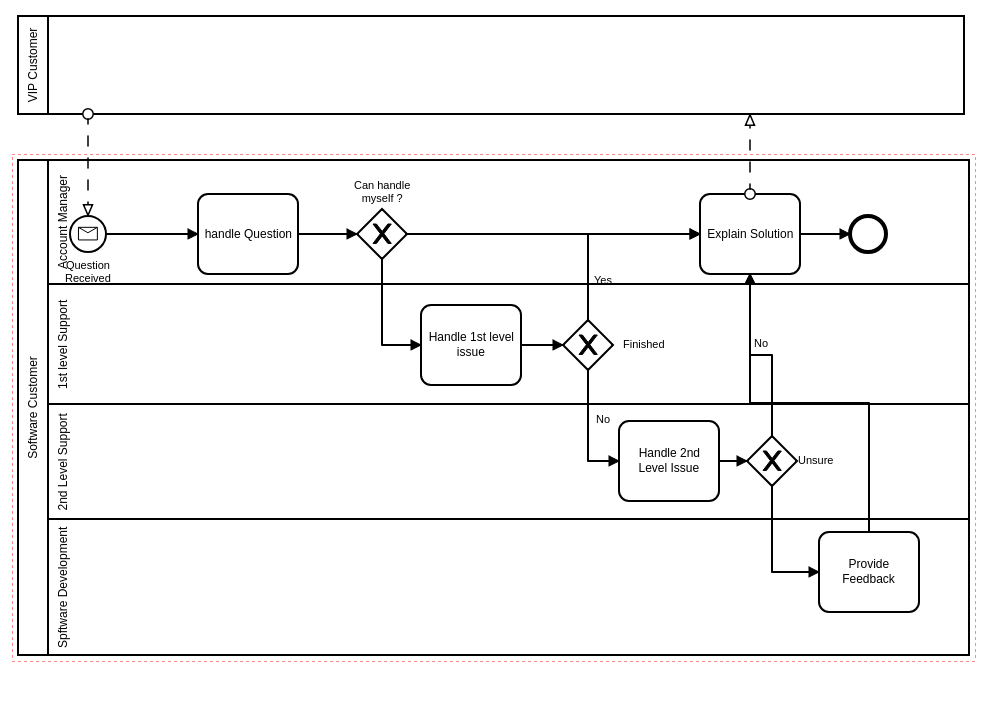
Above: BPMN/incidentmanagement.png in codecasualty/MTP (BPMN), before the change. Its source is kept beside it as BPMN/incidentmanagement.bpmn. Ids are renumbered.
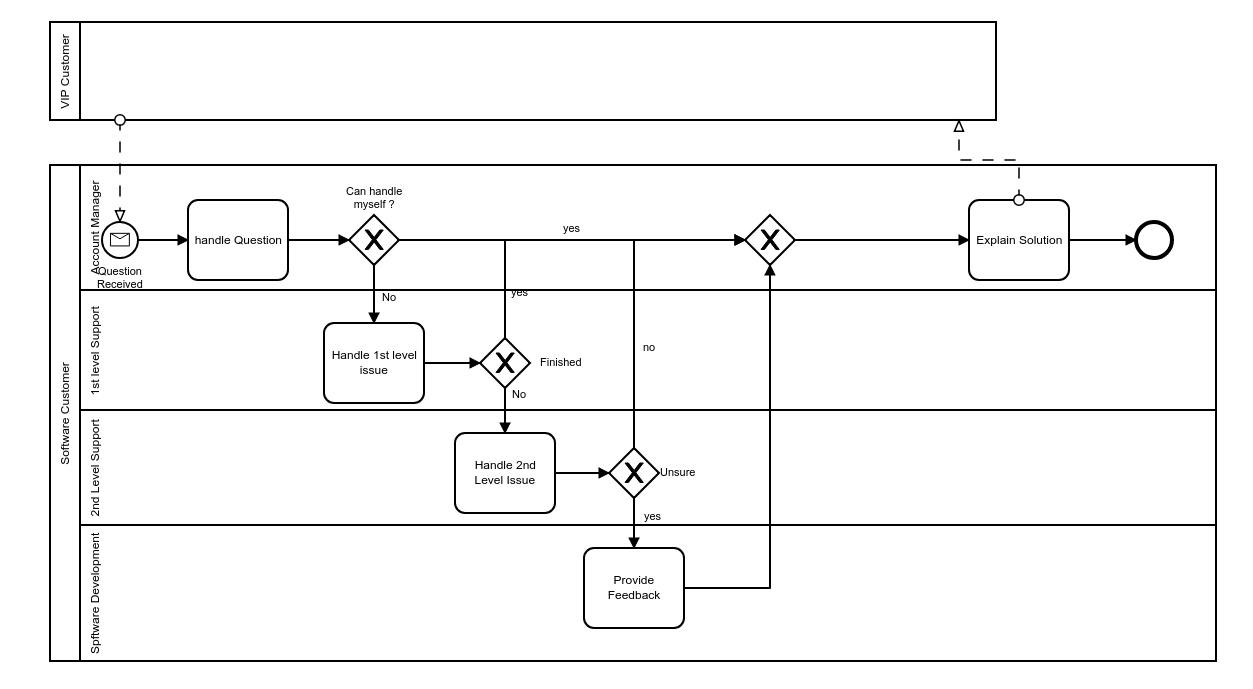
After the commit.

Change to the diagram source:
```diff
@@ -3,17 +3,18 @@
     <bpmn:participant id="Participant_n3" name="VIP Customer" processRef="Process_1" />
     <bpmn:participant id="Participant_n4" name="Software Customer" processRef="Process_n5" />
     <bpmn:messageFlow id="MessageFlow_n6" sourceRef="Participant_n3" targetRef="StartEvent_n7" />
-    <bpmn:messageFlow id="MessageFlow_n8" sourceRef="Task_n9" targetRef="Participant_n3" />
+    <bpmn:messageFlow id="MessageFlow_n35" sourceRef="Task_n9" targetRef="Participant_n3" />
   </bpmn:collaboration>
   <bpmn:process id="Process_1" isExecutable="true" />
   <bpmn:process id="Process_n5" isExecutable="false">
     <bpmn:laneSet id="LaneSet_n10">
       <bpmn:lane id="Lane_n11" name="Account Manager">
+        <bpmn:flowNodeRef>StartEvent_n7</bpmn:flowNodeRef>
+        <bpmn:flowNodeRef>EndEvent_n14</bpmn:flowNodeRef>
+        <bpmn:flowNodeRef>Task_n9</bpmn:flowNodeRef>
         <bpmn:flowNodeRef>Task_n12</bpmn:flowNodeRef>
         <bpmn:flowNodeRef>ExclusiveGateway_n13</bpmn:flowNodeRef>
-        <bpmn:flowNodeRef>Task_n9</bpmn:flowNodeRef>
-        <bpmn:flowNodeRef>EndEvent_n14</bpmn:flowNodeRef>
-        <bpmn:flowNodeRef>StartEvent_n7</bpmn:flowNodeRef>
+        <bpmn:flowNodeRef>ExclusiveGateway_n36</bpmn:flowNodeRef>
       </bpmn:lane>
       <bpmn:lane id="Lane_n15" name="2nd Level Support">
         <bpmn:flowNodeRef>Task_n16</bpmn:flowNodeRef>
@@ -28,6 +29,24 @@
       </bpmn:lane>
     </bpmn:laneSet>
     <bpmn:sequenceFlow id="SequenceFlow_n23" sourceRef="StartEvent_n7" targetRef="Task_n12" />
+    <bpmn:sequenceFlow id="SequenceFlow_n24" sourceRef="Task_n12" targetRef="ExclusiveGateway_n13" />
+    <bpmn:sequenceFlow id="SequenceFlow_n25" name="No" sourceRef="ExclusiveGateway_n13" targetRef="Task_n21" />
+    <bpmn:sequenceFlow id="SequenceFlow_n27" sourceRef="Task_n21" targetRef="ExclusiveGateway_n22" />
+    <bpmn:sequenceFlow id="SequenceFlow_n28" name="No" sourceRef="ExclusiveGateway_n22" targetRef="Task_n16" />
+    <bpmn:sequenceFlow id="SequenceFlow_n30" sourceRef="Task_n16" targetRef="ExclusiveGateway_n17" />
+    <bpmn:sequenceFlow id="SequenceFlow_n31" name="yes" sourceRef="ExclusiveGateway_n17" targetRef="Task_n19" />
+    <bpmn:sequenceFlow id="SequenceFlow_n34" sourceRef="Task_n9" targetRef="EndEvent_n14" />
+    <bpmn:startEvent id="StartEvent_n7" name="Question Received">
+      <bpmn:outgoing>SequenceFlow_n23</bpmn:outgoing>
+      <bpmn:messageEventDefinition />
+    </bpmn:startEvent>
+    <bpmn:endEvent id="EndEvent_n14">
+      <bpmn:incoming>SequenceFlow_n34</bpmn:incoming>
+    </bpmn:endEvent>
+    <bpmn:task id="Task_n9" name="Explain Solution">
+      <bpmn:incoming>SequenceFlow_n37</bpmn:incoming>
+      <bpmn:outgoing>SequenceFlow_n34</bpmn:outgoing>
+    </bpmn:task>
     <bpmn:task id="Task_n12" name="handle Question">
       <bpmn:incoming>SequenceFlow_n23</bpmn:incoming>
       <bpmn:outgoing>SequenceFlow_n24</bpmn:outgoing>
@@ -35,55 +54,42 @@
     <bpmn:exclusiveGateway id="ExclusiveGateway_n13" name="Can handle myself ?">
       <bpmn:incoming>SequenceFlow_n24</bpmn:incoming>
       <bpmn:outgoing>SequenceFlow_n25</bpmn:outgoing>
-      <bpmn:outgoing>SequenceFlow_n26</bpmn:outgoing>
+      <bpmn:outgoing>SequenceFlow_n38</bpmn:outgoing>
     </bpmn:exclusiveGateway>
-    <bpmn:sequenceFlow id="SequenceFlow_n24" sourceRef="Task_n12" targetRef="ExclusiveGateway_n13" />
-    <bpmn:sequenceFlow id="SequenceFlow_n25" sourceRef="ExclusiveGateway_n13" targetRef="Task_n21" />
     <bpmn:task id="Task_n21" name="Handle 1st level issue">
       <bpmn:incoming>SequenceFlow_n25</bpmn:incoming>
       <bpmn:outgoing>SequenceFlow_n27</bpmn:outgoing>
     </bpmn:task>
-    <bpmn:sequenceFlow id="SequenceFlow_n27" sourceRef="Task_n21" targetRef="ExclusiveGateway_n22" />
     <bpmn:exclusiveGateway id="ExclusiveGateway_n22" name="Finished">
       <bpmn:incoming>SequenceFlow_n27</bpmn:incoming>
       <bpmn:outgoing>SequenceFlow_n28</bpmn:outgoing>
-      <bpmn:outgoing>SequenceFlow_n29</bpmn:outgoing>
+      <bpmn:outgoing>SequenceFlow_n39</bpmn:outgoing>
     </bpmn:exclusiveGateway>
-    <bpmn:sequenceFlow id="SequenceFlow_n28" name="No" sourceRef="ExclusiveGateway_n22" targetRef="Task_n16" />
     <bpmn:task id="Task_n16" name="Handle 2nd Level Issue">
       <bpmn:incoming>SequenceFlow_n28</bpmn:incoming>
       <bpmn:outgoing>SequenceFlow_n30</bpmn:outgoing>
     </bpmn:task>
-    <bpmn:sequenceFlow id="SequenceFlow_n30" sourceRef="Task_n16" targetRef="ExclusiveGateway_n17" />
     <bpmn:exclusiveGateway id="ExclusiveGateway_n17" name="Unsure">
       <bpmn:incoming>SequenceFlow_n30</bpmn:incoming>
       <bpmn:outgoing>SequenceFlow_n31</bpmn:outgoing>
-      <bpmn:outgoing>SequenceFlow_n32</bpmn:outgoing>
+      <bpmn:outgoing>SequenceFlow_n40</bpmn:outgoing>
     </bpmn:exclusiveGateway>
-    <bpmn:sequenceFlow id="SequenceFlow_n31" sourceRef="ExclusiveGateway_n17" targetRef="Task_n19" />
     <bpmn:task id="Task_n19" name="Provide Feedback">
       <bpmn:incoming>SequenceFlow_n31</bpmn:incoming>
-      <bpmn:outgoing>SequenceFlow_n33</bpmn:outgoing>
+      <bpmn:outgoing>SequenceFlow_n41</bpmn:outgoing>
     </bpmn:task>
-    <bpmn:sequenceFlow id="SequenceFlow_n26" sourceRef="ExclusiveGateway_n13" targetRef="Task_n9" />
-    <bpmn:task id="Task_n9" name="Explain Solution">
-      <bpmn:incoming>SequenceFlow_n26</bpmn:incoming>
-      <bpmn:incoming>SequenceFlow_n29</bpmn:incoming>
-      <bpmn:incoming>SequenceFlow_n32</bpmn:incoming>
-      <bpmn:incoming>SequenceFlow_n33</bpmn:incoming>
-      <bpmn:outgoing>SequenceFlow_n34</bpmn:outgoing>
-    </bpmn:task>
-    <bpmn:endEvent id="EndEvent_n14">
-      <bpmn:incoming>SequenceFlow_n34</bpmn:incoming>
-    </bpmn:endEvent>
-    <bpmn:sequenceFlow id="SequenceFlow_n34" sourceRef="Task_n9" targetRef="EndEvent_n14" />
-    <bpmn:startEvent id="StartEvent_n7" name="Question Received">
-      <bpmn:outgoing>SequenceFlow_n23</bpmn:outgoing>
-      <bpmn:messageEventDefinition />
-    </bpmn:startEvent>
-    <bpmn:sequenceFlow id="SequenceFlow_n29" name="Yes" sourceRef="ExclusiveGateway_n22" targetRef="Task_n9" />
-    <bpmn:sequenceFlow id="SequenceFlow_n32" name="No" sourceRef="ExclusiveGateway_n17" targetRef="Task_n9" />
-    <bpmn:sequenceFlow id="SequenceFlow_n33" sourceRef="Task_n19" targetRef="Task_n9" />
+    <bpmn:sequenceFlow id="SequenceFlow_n38" name="yes" sourceRef="ExclusiveGateway_n13" targetRef="ExclusiveGateway_n36" />
+    <bpmn:exclusiveGateway id="ExclusiveGateway_n36">
+      <bpmn:incoming>SequenceFlow_n38</bpmn:incoming>
+      <bpmn:incoming>SequenceFlow_n39</bpmn:incoming>
+      <bpmn:incoming>SequenceFlow_n40</bpmn:incoming>
+      <bpmn:incoming>SequenceFlow_n41</bpmn:incoming>
+      <bpmn:outgoing>SequenceFlow_n37</bpmn:outgoing>
+    </bpmn:exclusiveGateway>
+    <bpmn:sequenceFlow id="SequenceFlow_n39" name="yes" sourceRef="ExclusiveGateway_n22" targetRef="ExclusiveGateway_n36" />
+    <bpmn:sequenceFlow id="SequenceFlow_n40" name="no" sourceRef="ExclusiveGateway_n17" targetRef="ExclusiveGateway_n36" />
+    <bpmn:sequenceFlow id="SequenceFlow_n41" sourceRef="Task_n19" targetRef="ExclusiveGateway_n36" />
+    <bpmn:sequenceFlow id="SequenceFlow_n37" sourceRef="ExclusiveGateway_n36" targetRef="Task_n9" />
   </bpmn:process>
   <bpmndi:BPMNDiagram id="BPMNDiagram_1">
     <bpmndi:BPMNPlane id="BPMNPlane_1" bpmnElement="Collaboration_n2">
@@ -91,97 +97,96 @@
         <dc:Bounds x="80" y="68" width="946" height="98" />
       </bpmndi:BPMNShape>
       <bpmndi:BPMNShape id="Participant_n4_di" bpmnElement="Participant_n4">
-        <dc:Bounds x="80" y="212" width="951" height="495" />
+        <dc:Bounds x="80" y="211" width="1166" height="496" />
       </bpmndi:BPMNShape>
       <bpmndi:BPMNShape id="Task_n12_di" bpmnElement="Task_n12">
-        <dc:Bounds x="260" y="246" width="100" height="80" />
+        <dc:Bounds x="218" y="246" width="100" height="80" />
       </bpmndi:BPMNShape>
       <bpmndi:BPMNEdge id="SequenceFlow_n23_di" bpmnElement="SequenceFlow_n23">
         <di:waypoint x="168" y="286" />
-        <di:waypoint x="260" y="286" />
+        <di:waypoint x="218" y="286" />
       </bpmndi:BPMNEdge>
       <bpmndi:BPMNShape id="ExclusiveGateway_n13_di" bpmnElement="ExclusiveGateway_n13" isMarkerVisible="true">
-        <dc:Bounds x="419" y="261" width="50" height="50" />
+        <dc:Bounds x="379" y="261" width="50" height="50" />
         <bpmndi:BPMNLabel>
-          <dc:Bounds x="416" y="231" width="57" height="27" />
+          <dc:Bounds x="376" y="231" width="57" height="27" />
         </bpmndi:BPMNLabel>
       </bpmndi:BPMNShape>
       <bpmndi:BPMNShape id="Lane_n11_di" bpmnElement="Lane_n11">
-        <dc:Bounds x="110" y="212" width="921" height="124" />
+        <dc:Bounds x="110" y="211" width="1136" height="125" />
       </bpmndi:BPMNShape>
       <bpmndi:BPMNShape id="Lane_n15_di" bpmnElement="Lane_n15">
-        <dc:Bounds x="110" y="456" width="921" height="115" />
+        <dc:Bounds x="110" y="456" width="1136" height="115" />
       </bpmndi:BPMNShape>
       <bpmndi:BPMNShape id="Lane_n18_di" bpmnElement="Lane_n18">
-        <dc:Bounds x="110" y="571" width="921" height="136" />
+        <dc:Bounds x="110" y="571" width="1136" height="136" />
       </bpmndi:BPMNShape>
       <bpmndi:BPMNShape id="Lane_n20_di" bpmnElement="Lane_n20">
-        <dc:Bounds x="110" y="336" width="921" height="120" />
+        <dc:Bounds x="110" y="336" width="1136" height="120" />
       </bpmndi:BPMNShape>
       <bpmndi:BPMNEdge id="SequenceFlow_n24_di" bpmnElement="SequenceFlow_n24">
-        <di:waypoint x="360" y="286" />
-        <di:waypoint x="419" y="286" />
+        <di:waypoint x="318" y="286" />
+        <di:waypoint x="379" y="286" />
       </bpmndi:BPMNEdge>
       <bpmndi:BPMNShape id="Task_n21_di" bpmnElement="Task_n21">
-        <dc:Bounds x="483" y="357" width="100" height="80" />
+        <dc:Bounds x="354" y="369" width="100" height="80" />
       </bpmndi:BPMNShape>
       <bpmndi:BPMNEdge id="SequenceFlow_n25_di" bpmnElement="SequenceFlow_n25">
-        <di:waypoint x="444" y="311" />
-        <di:waypoint x="444" y="397" />
-        <di:waypoint x="483" y="397" />
+        <di:waypoint x="404" y="311" />
+        <di:waypoint x="404" y="369" />
+        <bpmndi:BPMNLabel>
+          <dc:Bounds x="412" y="337" width="14" height="14" />
+        </bpmndi:BPMNLabel>
       </bpmndi:BPMNEdge>
       <bpmndi:BPMNShape id="ExclusiveGateway_n22_di" bpmnElement="ExclusiveGateway_n22" isMarkerVisible="true">
-        <dc:Bounds x="625" y="372" width="50" height="50" />
+        <dc:Bounds x="510" y="384" width="50" height="50" />
         <bpmndi:BPMNLabel>
-          <dc:Bounds x="685" y="390" width="42" height="14" />
+          <dc:Bounds x="570" y="402" width="42" height="14" />
         </bpmndi:BPMNLabel>
       </bpmndi:BPMNShape>
       <bpmndi:BPMNEdge id="SequenceFlow_n27_di" bpmnElement="SequenceFlow_n27">
-        <di:waypoint x="583" y="397" />
-        <di:waypoint x="625" y="397" />
+        <di:waypoint x="454" y="409" />
+        <di:waypoint x="510" y="409" />
       </bpmndi:BPMNEdge>
       <bpmndi:BPMNShape id="Task_n16_di" bpmnElement="Task_n16">
-        <dc:Bounds x="681" y="473" width="100" height="80" />
+        <dc:Bounds x="485" y="479" width="100" height="80" />
       </bpmndi:BPMNShape>
       <bpmndi:BPMNEdge id="SequenceFlow_n28_di" bpmnElement="SequenceFlow_n28">
-        <di:waypoint x="650" y="422" />
-        <di:waypoint x="650" y="513" />
-        <di:waypoint x="681" y="513" />
+        <di:waypoint x="535" y="434" />
+        <di:waypoint x="535" y="479" />
         <bpmndi:BPMNLabel>
-          <dc:Bounds x="658" y="465" width="14" height="14" />
+          <dc:Bounds x="542" y="434" width="14" height="14" />
         </bpmndi:BPMNLabel>
       </bpmndi:BPMNEdge>
       <bpmndi:BPMNShape id="ExclusiveGateway_n17_di" bpmnElement="ExclusiveGateway_n17" isMarkerVisible="true">
-        <dc:Bounds x="809" y="488" width="50" height="50" />
+        <dc:Bounds x="639" y="494" width="50" height="50" />
         <bpmndi:BPMNLabel>
-          <dc:Bounds x="860" y="506" width="36" height="14" />
+          <dc:Bounds x="690" y="512" width="36" height="14" />
         </bpmndi:BPMNLabel>
       </bpmndi:BPMNShape>
       <bpmndi:BPMNEdge id="SequenceFlow_n30_di" bpmnElement="SequenceFlow_n30">
-        <di:waypoint x="781" y="513" />
-        <di:waypoint x="809" y="513" />
+        <di:waypoint x="585" y="519" />
+        <di:waypoint x="639" y="519" />
       </bpmndi:BPMNEdge>
       <bpmndi:BPMNShape id="Task_n19_di" bpmnElement="Task_n19">
-        <dc:Bounds x="881" y="584" width="100" height="80" />
+        <dc:Bounds x="614" y="594" width="100" height="80" />
       </bpmndi:BPMNShape>
       <bpmndi:BPMNEdge id="SequenceFlow_n31_di" bpmnElement="SequenceFlow_n31">
-        <di:waypoint x="834" y="538" />
-        <di:waypoint x="834" y="624" />
-        <di:waypoint x="881" y="624" />
+        <di:waypoint x="664" y="544" />
+        <di:waypoint x="664" y="594" />
+        <bpmndi:BPMNLabel>
+          <dc:Bounds x="674" y="556" width="18" height="14" />
+        </bpmndi:BPMNLabel>
       </bpmndi:BPMNEdge>
       <bpmndi:BPMNShape id="Task_n9_di" bpmnElement="Task_n9">
-        <dc:Bounds x="762" y="246" width="100" height="80" />
+        <dc:Bounds x="999" y="246" width="100" height="80" />
       </bpmndi:BPMNShape>
-      <bpmndi:BPMNEdge id="SequenceFlow_n26_di" bpmnElement="SequenceFlow_n26">
-        <di:waypoint x="469" y="286" />
-        <di:waypoint x="762" y="286" />
-      </bpmndi:BPMNEdge>
       <bpmndi:BPMNShape id="EndEvent_n14_di" bpmnElement="EndEvent_n14">
-        <dc:Bounds x="912" y="268" width="36" height="36" />
+        <dc:Bounds x="1166" y="268" width="36" height="36" />
       </bpmndi:BPMNShape>
       <bpmndi:BPMNEdge id="SequenceFlow_n34_di" bpmnElement="SequenceFlow_n34">
-        <di:waypoint x="862" y="286" />
-        <di:waypoint x="912" y="286" />
+        <di:waypoint x="1099" y="286" />
+        <di:waypoint x="1166" y="286" />
       </bpmndi:BPMNEdge>
       <bpmndi:BPMNShape id="StartEvent_0i1amq0_di" bpmnElement="StartEvent_n7">
         <dc:Bounds x="132" y="268" width="36" height="36" />
@@ -193,32 +198,46 @@
         <di:waypoint x="150" y="166" />
         <di:waypoint x="150" y="268" />
       </bpmndi:BPMNEdge>
-      <bpmndi:BPMNEdge id="SequenceFlow_n29_di" bpmnElement="SequenceFlow_n29">
-        <di:waypoint x="650" y="372" />
-        <di:waypoint x="650" y="286" />
-        <di:waypoint x="762" y="286" />
+      <bpmndi:BPMNShape id="ExclusiveGateway_n36_di" bpmnElement="ExclusiveGateway_n36" isMarkerVisible="true">
+        <dc:Bounds x="775" y="261" width="50" height="50" />
+      </bpmndi:BPMNShape>
+      <bpmndi:BPMNEdge id="SequenceFlow_n38_di" bpmnElement="SequenceFlow_n38">
+        <di:waypoint x="429" y="286" />
+        <di:waypoint x="775" y="286" />
         <bpmndi:BPMNLabel>
-          <dc:Bounds x="656" y="326" width="19" height="14" />
+          <dc:Bounds x="593" y="268" width="18" height="14" />
         </bpmndi:BPMNLabel>
       </bpmndi:BPMNEdge>
-      <bpmndi:BPMNEdge id="SequenceFlow_n32_di" bpmnElement="SequenceFlow_n32">
-        <di:waypoint x="834" y="488" />
-        <di:waypoint x="834" y="407" />
-        <di:waypoint x="812" y="407" />
-        <di:waypoint x="812" y="326" />
+      <bpmndi:BPMNEdge id="SequenceFlow_n39_di" bpmnElement="SequenceFlow_n39">
+        <di:waypoint x="535" y="384" />
+        <di:waypoint x="535" y="286" />
+        <di:waypoint x="775" y="286" />
         <bpmndi:BPMNLabel>
-          <dc:Bounds x="816" y="389" width="14" height="14" />
+          <dc:Bounds x="541" y="332" width="18" height="14" />
         </bpmndi:BPMNLabel>
       </bpmndi:BPMNEdge>
-      <bpmndi:BPMNEdge id="SequenceFlow_n33_di" bpmnElement="SequenceFlow_n33">
-        <di:waypoint x="931" y="584" />
-        <di:waypoint x="931" y="455" />
-        <di:waypoint x="812" y="455" />
-        <di:waypoint x="812" y="326" />
+      <bpmndi:BPMNEdge id="SequenceFlow_n40_di" bpmnElement="SequenceFlow_n40">
+        <di:waypoint x="664" y="494" />
+        <di:waypoint x="664" y="286" />
+        <di:waypoint x="775" y="286" />
+        <bpmndi:BPMNLabel>
+          <dc:Bounds x="673" y="387" width="13" height="14" />
+        </bpmndi:BPMNLabel>
       </bpmndi:BPMNEdge>
-      <bpmndi:BPMNEdge id="MessageFlow_n8_di" bpmnElement="MessageFlow_n8">
-        <di:waypoint x="812" y="246" />
-        <di:waypoint x="812" y="166" />
+      <bpmndi:BPMNEdge id="SequenceFlow_n41_di" bpmnElement="SequenceFlow_n41">
+        <di:waypoint x="714" y="634" />
+        <di:waypoint x="800" y="634" />
+        <di:waypoint x="800" y="311" />
+      </bpmndi:BPMNEdge>
+      <bpmndi:BPMNEdge id="SequenceFlow_n37_di" bpmnElement="SequenceFlow_n37">
+        <di:waypoint x="825" y="286" />
+        <di:waypoint x="999" y="286" />
+      </bpmndi:BPMNEdge>
+      <bpmndi:BPMNEdge id="MessageFlow_n35_di" bpmnElement="MessageFlow_n35">
+        <di:waypoint x="1049" y="246" />
+        <di:waypoint x="1049" y="206" />
+        <di:waypoint x="989" y="206" />
+        <di:waypoint x="989" y="166" />
       </bpmndi:BPMNEdge>
     </bpmndi:BPMNPlane>
   </bpmndi:BPMNDiagram>
```
